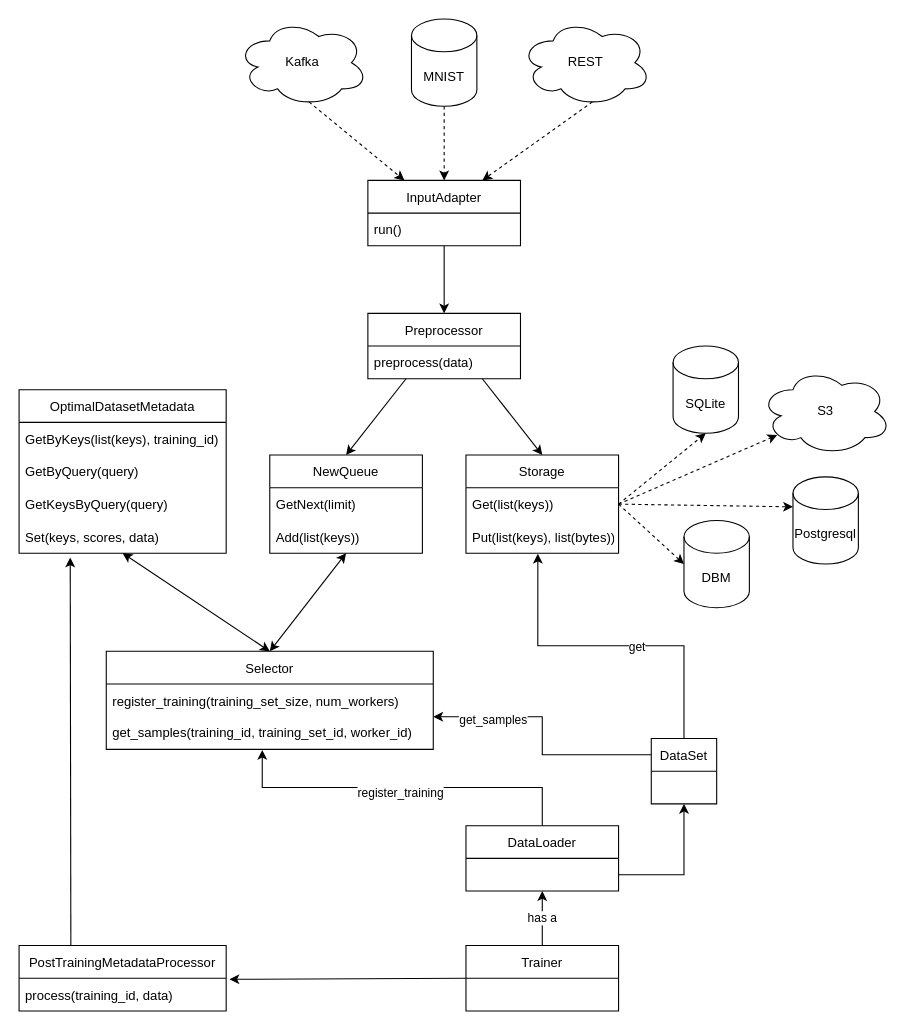
The draw.io diagram docs/graphs/Architecture.drawio in eth-easl/modyn, before the edit. Source tidied: cells renumbered, new cells numbered last; positions are measured from the earlier drawing's top-left corner, leaving out a move shared by most shapes. Both pictures are drawn from the tidied source at 109%, with x=0, y=0 at pixel (19, 19).
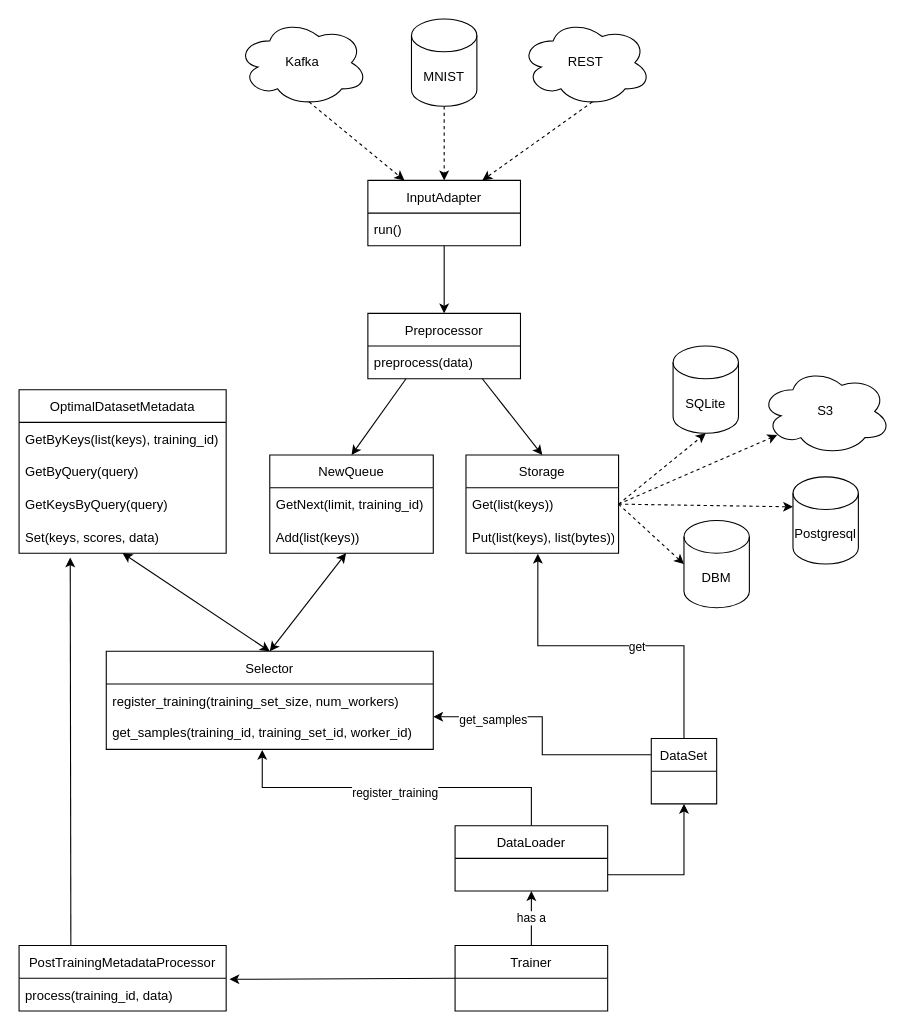
After the change.

Change to the diagram source:
```diff
@@
     <mxCell id="2" value="NewQueue" style="swimlane;fontStyle=0;horizontal=1;startSize=30;" parent="1" vertex="1">
-      <mxGeometry x="230" y="400" width="140" height="90" as="geometry" />
+      <mxGeometry x="230" y="400" width="150" height="90" as="geometry" />
     </mxCell>
-    <mxCell id="3" value="GetNext(limit)" style="text;strokeColor=none;fillColor=none;align=left;verticalAlign=middle;spacingLeft=4;spacingRight=4;overflow=hidden;" parent="2" vertex="1">
-      <mxGeometry y="30" width="140" height="30" as="geometry" />
+    <mxCell id="3" value="GetNext(limit, training_id)" style="text;strokeColor=none;fillColor=none;align=left;verticalAlign=middle;spacingLeft=4;spacingRight=4;overflow=hidden;" parent="2" vertex="1">
+      <mxGeometry y="30" width="150" height="30" as="geometry" />
     </mxCell>
     <mxCell id="4" value="Add(list(keys))" style="text;strokeColor=none;fillColor=none;align=left;verticalAlign=middle;spacingLeft=4;spacingRight=4;overflow=hidden;" parent="2" vertex="1">
-      <mxGeometry y="60" width="140" height="30" as="geometry" />
+      <mxGeometry y="60" width="150" height="30" as="geometry" />
     </mxCell>
@@
     <mxCell id="41" value="DataLoader" style="swimlane;fontStyle=0;horizontal=1;startSize=30;" parent="1" vertex="1">
-      <mxGeometry x="410" y="740" width="140" height="60" as="geometry" />
+      <mxGeometry x="400" y="740" width="140" height="60" as="geometry" />
     </mxCell>
@@
     <mxCell id="50" value="Trainer" style="swimlane;fontStyle=0;horizontal=1;startSize=30;" parent="1" vertex="1">
-      <mxGeometry x="410" y="850" width="140" height="60" as="geometry" />
+      <mxGeometry x="400" y="850" width="140" height="60" as="geometry" />
     </mxCell>
```
